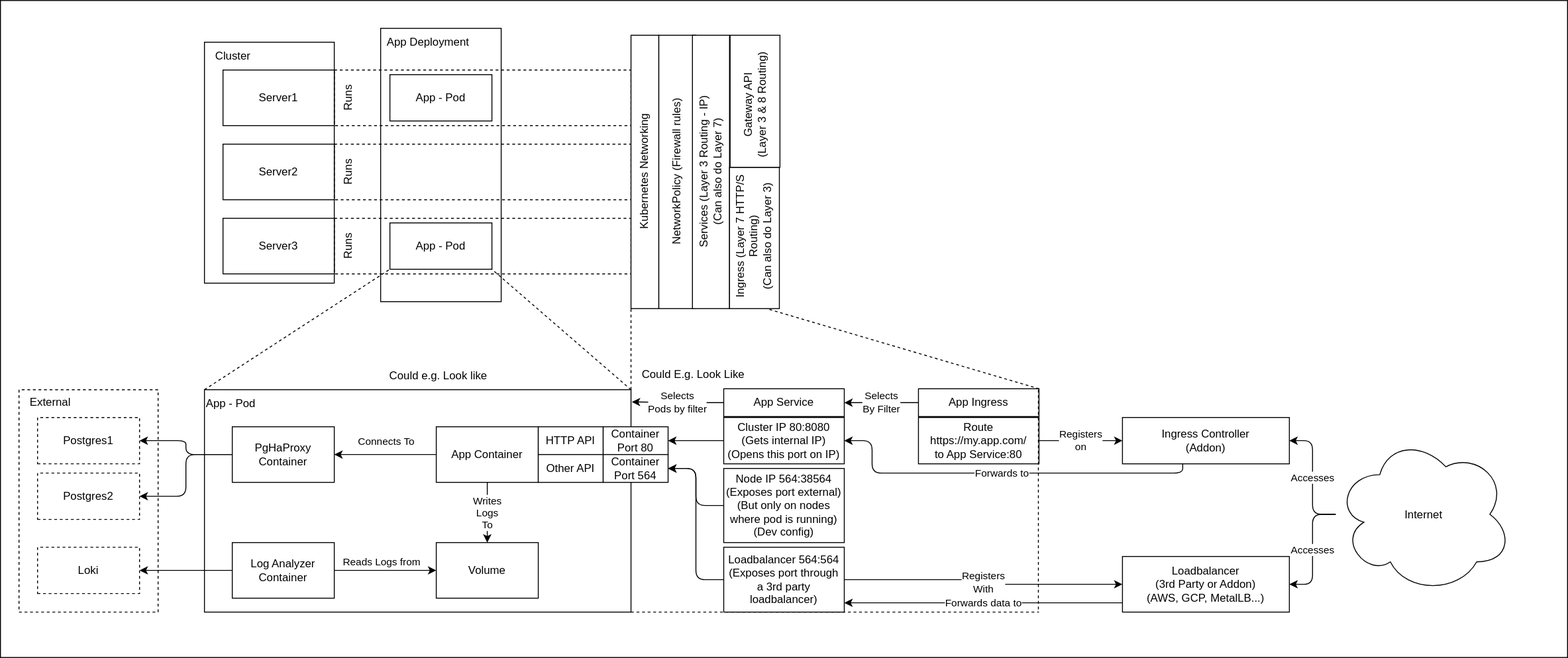
The draw.io diagram 01-KubeCoreConcepts.drawio.svg in Aderinom/KuberBook, before a commit. Source tidied: cells renumbered, new cells last; positions are measured from the earlier drawing's top-left corner, leaving out a move shared by most shapes.
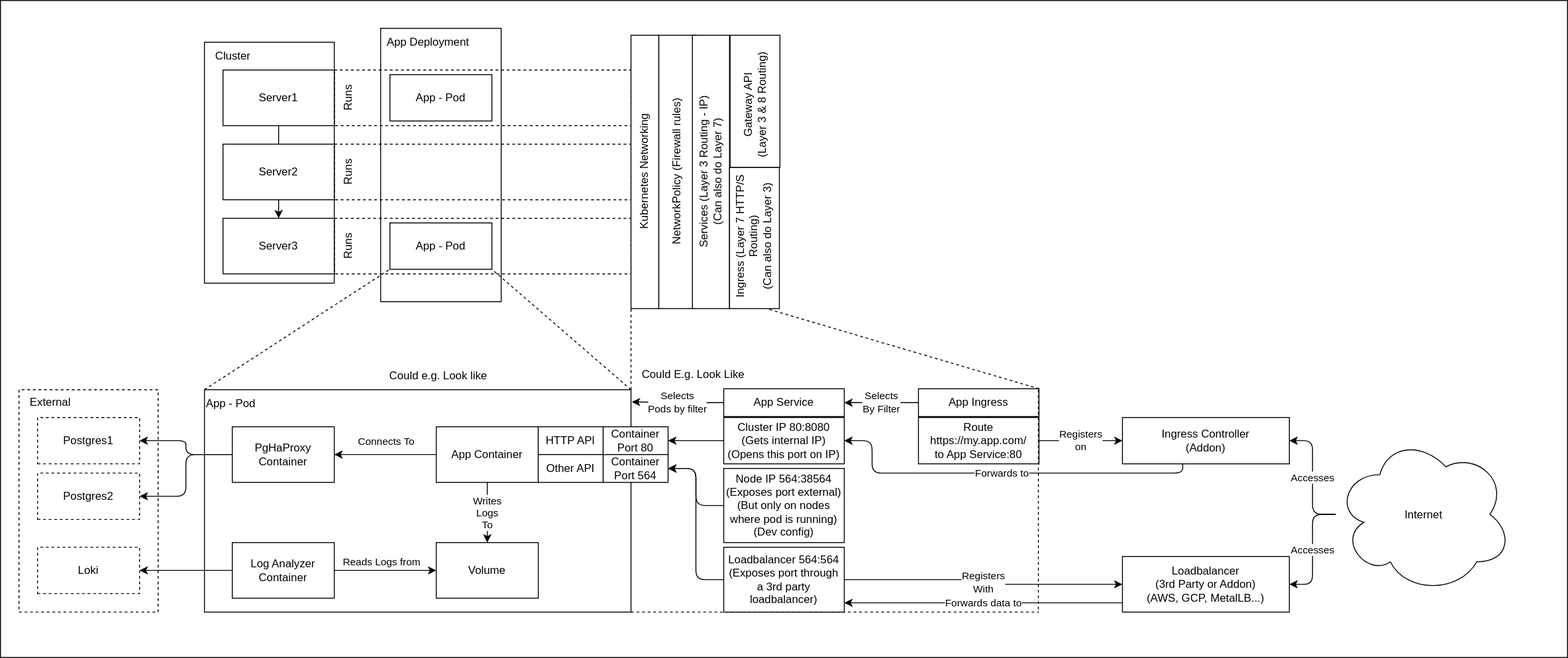
The same diagram one commit later.

What changed in the source:
```diff
@@ -11,6 +11,9 @@
     <mxCell id="4" style="rounded=0;whiteSpace=wrap;html=1;" parent="1" vertex="1">
       <mxGeometry x="220" y="45" width="140" height="260" as="geometry" />
     </mxCell>
+    <mxCell id="79" style="edgeStyle=none;html=1;" parent="4" edge="1" source="5" target="7">
+      <mxGeometry relative="1" as="geometry" />
+    </mxCell>
     <mxCell id="5" value="Server1" style="rounded=0;whiteSpace=wrap;html=1;" parent="4" vertex="1">
       <mxGeometry x="20" y="30" width="120" height="60" as="geometry" />
     </mxCell>
```
